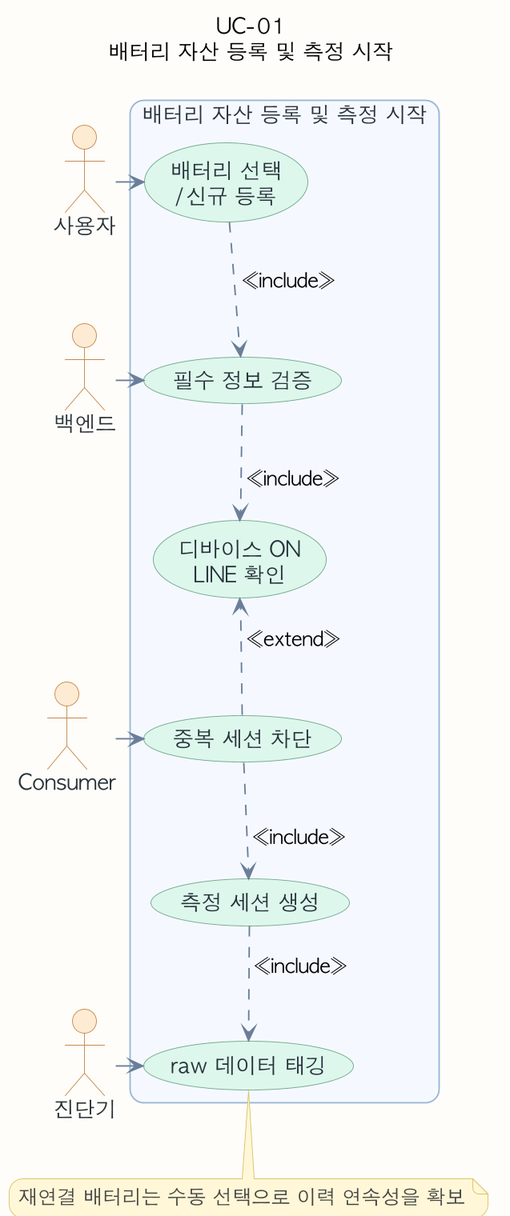
ricky30825-creator/BMS keeps this PlantUML diagram as assets/diagrams/usecase/uc-01-usecase.png. Above is the earlier version. Its source is kept beside it as assets/diagrams/usecase/uc-01-usecase.puml. The source it was exported from:
```plantuml
@startuml
!pragma layout smetana
skinparam backgroundColor #FEFCF8
skinparam shadowing false
skinparam dpi 180
skinparam defaultFontName "AppleGothic"
skinparam roundcorner 18
skinparam usecase {
  BackgroundColor #F8FAFC
  BorderColor #8EA7C2
  ArrowColor #6B7F99
  FontColor #263238
}
skinparam actor {
  BackgroundColor #FDEBD3
  BorderColor #C58A50
  FontColor #263238
}
skinparam rectangle {
  BackgroundColor #F4F8FF
  BorderColor #9BB6D6
  FontColor #263238
}
skinparam note {
  BackgroundColor #FFF7D6
  BorderColor #D9C36A
  FontColor #444444
}
top to bottom direction
skinparam usecase {
  BackgroundColor #DDF6EC
  BorderColor #74A88C
}
title UC-01\n배터리 자산 등록 및 측정 시작
actor "사용자" as A
actor "백엔드" as S1
actor "Consumer" as S2
actor "진단기" as S3
rectangle "배터리 자산 등록 및 측정 시작" {
  usecase "배터리 선택\n/신규 등록" as U1
  usecase "필수 정보 검증" as U2
  usecase "디바이스 ON\nLINE 확인" as U3
  usecase "중복 세션 차단" as U4
  usecase "측정 세션 생성" as U5
  usecase "raw 데이터 태깅" as U6
}
U1 -[hidden]down- U2
U2 -[hidden]down- U3
U3 -[hidden]down- U4
U4 -[hidden]down- U5
U5 -[hidden]down- U6
A -right-> U1
S1 -left-> U2
S2 -left-> U4
S3 -left-> U6
U1 ..> U2 : <<include>>
U2 ..> U3 : <<include>>
U4 ..> U3 : <<extend>>
U4 ..> U5 : <<include>>
U5 ..> U6 : <<include>>
note bottom of U6
재연결 배터리는 수동 선택으로 이력 연속성을 확보
end note
@enduml
```
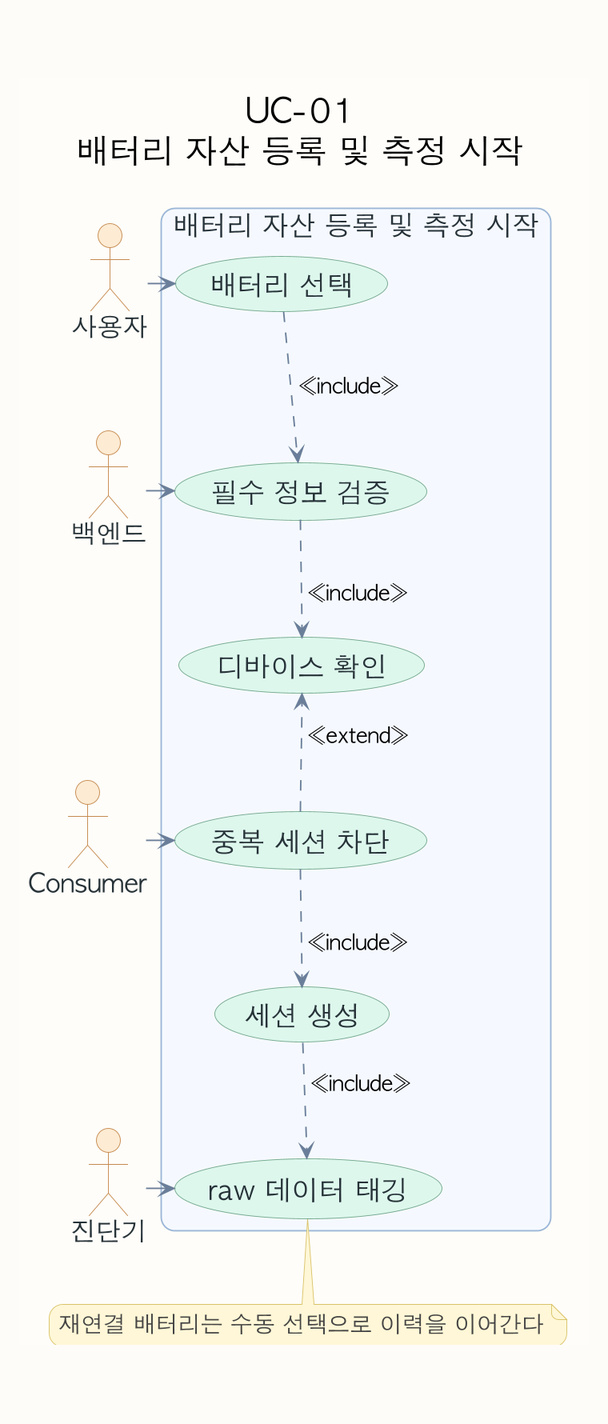
After the change.

What changed in the source:
```diff
@@ -4,6 +4,12 @@
 skinparam shadowing false
 skinparam dpi 180
 skinparam defaultFontName "AppleGothic"
+skinparam defaultFontSize 18
+skinparam TitleFontSize 22
+skinparam ActorFontSize 17
+skinparam UsecaseFontSize 18
+skinparam NoteFontSize 15
+skinparam ArrowFontSize 14
 skinparam roundcorner 18
 skinparam usecase {
   BackgroundColor #F8FAFC
@@ -37,11 +43,11 @@
 actor "Consumer" as S2
 actor "진단기" as S3
 rectangle "배터리 자산 등록 및 측정 시작" {
-  usecase "배터리 선택\n/신규 등록" as U1
+  usecase "배터리 선택" as U1
   usecase "필수 정보 검증" as U2
-  usecase "디바이스 ON\nLINE 확인" as U3
+  usecase "디바이스 확인" as U3
   usecase "중복 세션 차단" as U4
-  usecase "측정 세션 생성" as U5
+  usecase "세션 생성" as U5
   usecase "raw 데이터 태깅" as U6
 }
 U1 -[hidden]down- U2
@@ -59,6 +65,6 @@
 U4 ..> U5 : <<include>>
 U5 ..> U6 : <<include>>
 note bottom of U6
-재연결 배터리는 수동 선택으로 이력 연속성을 확보
+재연결 배터리는 수동 선택으로 이력을 이어간다
 end note
 @enduml
```
